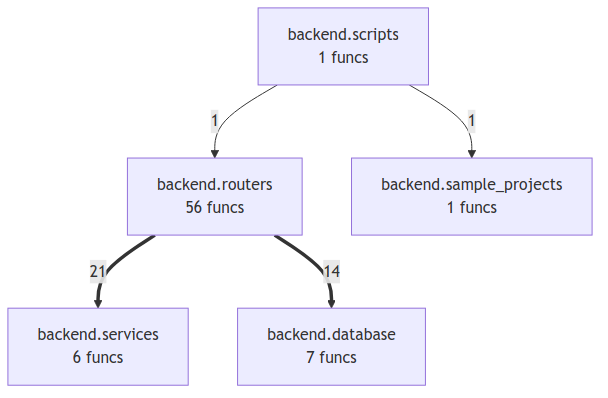
Before: project/compact_flow.png, a diagram exported from Mermaid (semcod/www). Its source is kept beside it as project/compact_flow.mmd.
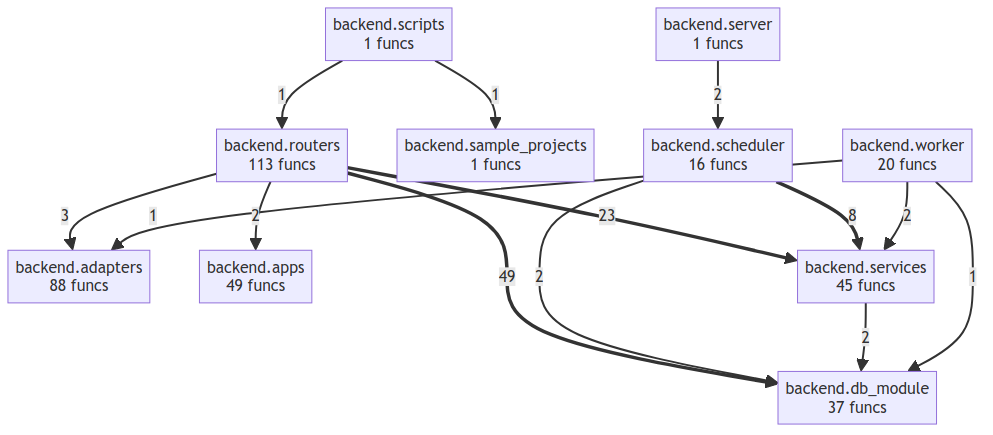
After the change.

Change to the diagram source:
```diff
@@ -1,10 +1,24 @@
 flowchart TD
-    backend__database["backend.database<br/>7 funcs"]
-    backend__routers["backend.routers<br/>56 funcs"]
+    backend__adapters["backend.adapters<br/>88 funcs"]
+    backend__apps["backend.apps<br/>49 funcs"]
+    backend__db_module["backend.db_module<br/>37 funcs"]
+    backend__routers["backend.routers<br/>113 funcs"]
     backend__sample_projects["backend.sample_projects<br/>1 funcs"]
+    backend__scheduler["backend.scheduler<br/>16 funcs"]
     backend__scripts["backend.scripts<br/>1 funcs"]
-    backend__services["backend.services<br/>6 funcs"]
-    backend__routers ==>|21| backend__services
-    backend__routers ==>|14| backend__database
+    backend__server["backend.server<br/>1 funcs"]
+    backend__services["backend.services<br/>45 funcs"]
+    backend__worker["backend.worker<br/>20 funcs"]
+    backend__routers ==>|49| backend__db_module
+    backend__routers ==>|23| backend__services
+    backend__scheduler ==>|8| backend__services
+    backend__routers -->|3| backend__adapters
+    backend__server -->|2| backend__scheduler
+    backend__scheduler -->|2| backend__db_module
+    backend__services -->|2| backend__db_module
+    backend__worker -->|2| backend__services
+    backend__routers -->|2| backend__apps
     backend__scripts -->|1| backend__sample_projects
     backend__scripts -->|1| backend__routers
+    backend__worker -->|1| backend__adapters
+    backend__worker -->|1| backend__db_module
```
